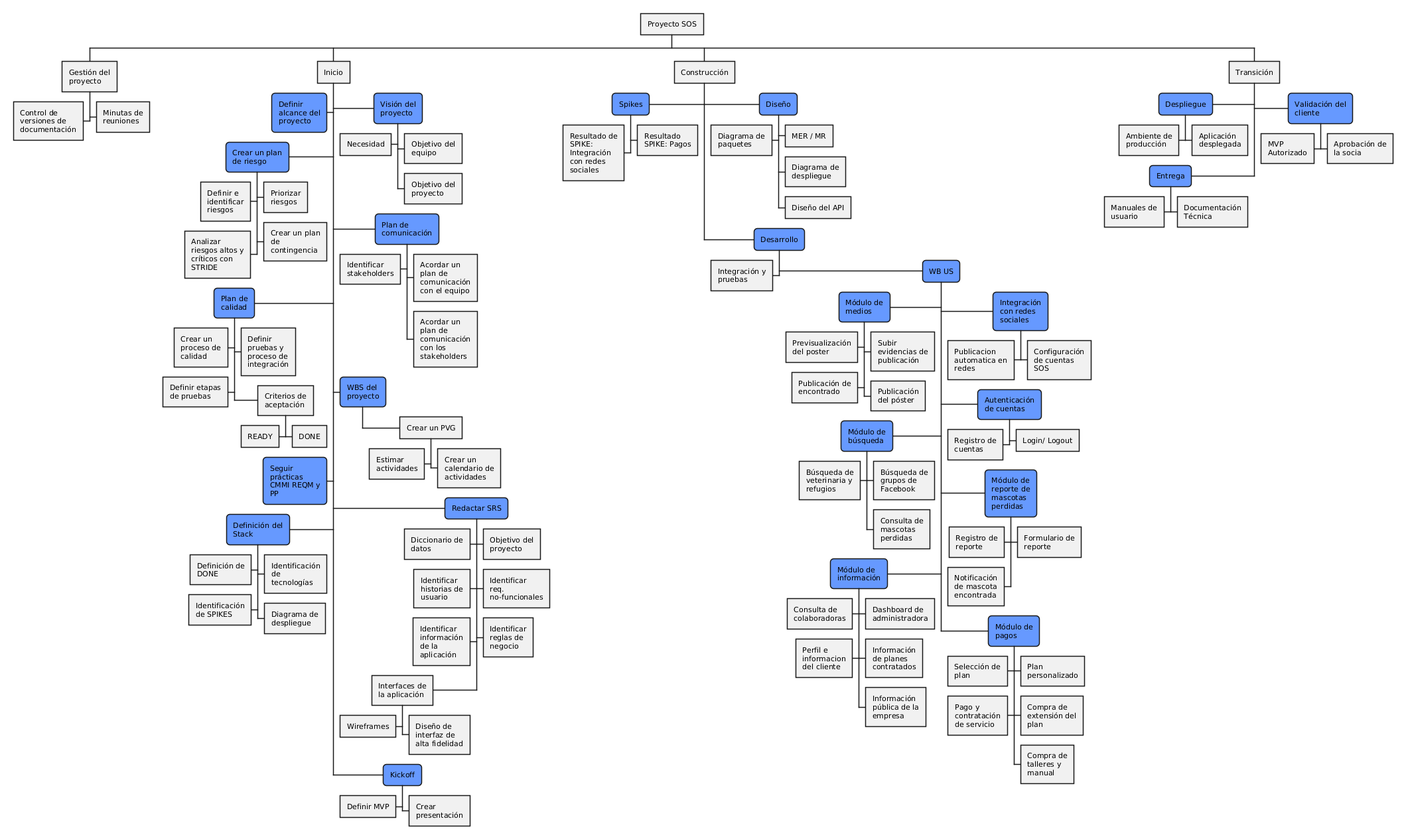
Above: static/img/WBS-Xolotl.png in AztlanConsulting/Wiki (PlantUML), before the change. The source it was exported from:
```plantuml
@startwbs
skinparam defaultFontSize 11
skinparam wrapWidth 80

<style>
wbsDiagram {
  .top {
    BackgroundColor #6699FF
    RoundCorner 10
  }
}
</style>


* Proyecto SOS

** Gestión del proyecto
*** Minutas de reuniones
***< Control de versiones de documentación

** Inicio
*** Visión del proyecto <<top>>
****< Necesidad
**** Objetivo del equipo
**** Objetivo del proyecto
*** Plan de comunicación <<top>>
****< Identificar stakeholders
**** Acordar un plan de comunicación con el equipo
**** Acordar un plan de comunicación con los stakeholders
*** WBS del proyecto <<top>>
**** Crear un PVG
*****< Estimar actividades
***** Crear un calendario de actividades
***< Definir alcance del proyecto <<top>>
*** Redactar SRS <<top>>
****< Diccionario de datos
**** Objetivo del proyecto
****< Identificar historias de usuario
**** Identificar req. no-funcionales
****< Identificar información de la aplicación
**** Identificar reglas de negocio
****< Interfaces de la aplicación
*****< Wireframes
***** Diseño de interfaz de alta fidelidad
***< Crear un plan de riesgo <<top>>
****< Definir e identificar riesgos
**** Priorizar riesgos
****< Analizar riesgos altos y críticos con STRIDE
**** Crear un plan de contingencia
***< Plan de calidad <<top>>
****< Crear un proceso de calidad
**** Definir pruebas y proceso de integración
****< Definir etapas de pruebas
**** Criterios de aceptación
*****< READY
***** DONE
***< Seguir prácticas CMMI REQM y PP <<top>>
***< Definición del Stack <<top>>
****< Definición de DONE
**** Identificación de tecnologías
****< Identificación de SPIKES
**** Diagrama de despliegue
*** Kickoff <<top>>
****< Definir MVP
**** Crear presentación


** Construcción
***< Spikes <<top>>
****< Resultado de SPIKE: Integración con redes sociales
**** Resultado SPIKE: Pagos
*** Diseño <<top>>
**** MER / MR
****< Diagrama de paquetes
**** Diagrama de despliegue
**** Diseño del API
*** Desarrollo <<top>>
****< Integración y pruebas
**** WB US <<top>>
***** Integración con redes sociales <<top>>
******< Publicacion automatica en redes
****** Configuración de cuentas SOS
***** Autenticación de cuentas <<top>>
******< Registro de cuentas
****** Login/ Logout
*****< Módulo de medios <<top>>
******< Previsualización del poster
******  Subir evidencias de publicación
****** Publicación del póster
******< Publicación de encontrado
***** Módulo de reporte de mascotas perdidas <<top>>
******< Registro de reporte
****** Formulario de reporte
******< Notificación de mascota encontrada
*****< Módulo de búsqueda <<top>>
****** Búsqueda de grupos de Facebook
******< Búsqueda de veterinaria y refugios
****** Consulta de mascotas perdidas
***** Módulo de pagos <<top>>
******< Selección de plan
****** Plan personalizado
******< Pago y contratación de servicio
****** Compra de extensión del plan
****** Compra de talleres y manual
*****< Módulo de información <<top>>
****** Dashboard de administradora
******< Consulta de colaboradoras
****** Información de planes contratados
******< Perfil e informacion del cliente
****** Información pública de la empresa


** Transición
***< Despliegue <<top>>
****< Ambiente de producción
**** Aplicación desplegada

*** Validación del cliente <<top>>
**** Aprobación de la socia
****< MVP Autorizado

***< Entrega <<top>>
****< Manuales de usuario
**** Documentación Técnica


@endwbs
```
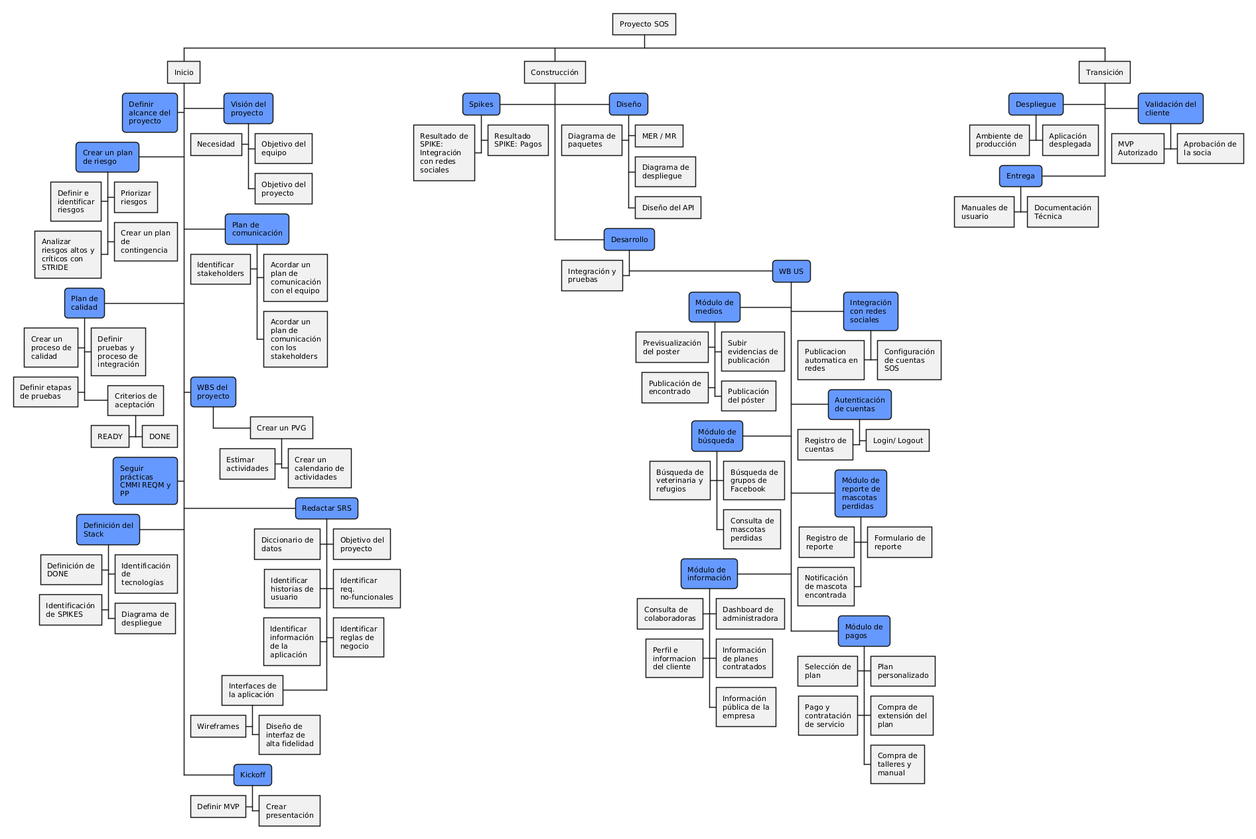
After the change.

Diff of the diagram source:
```diff
@@ -13,10 +13,6 @@
 
 
 * Proyecto SOS
-
-** Gestión del proyecto
-*** Minutas de reuniones
-***< Control de versiones de documentación
 
 ** Inicio
 *** Visión del proyecto <<top>>
```
